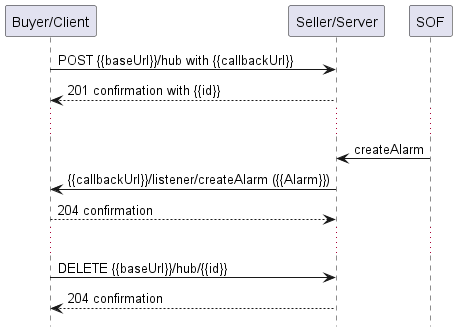
This is documentation/serviceApi/alarm/media/useCase53Notification.png from MEF-GIT/MEF-LSO-Legato-SDK, a PlantUML export, as it was before one commit.
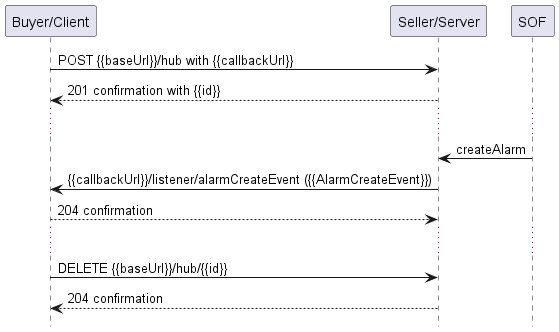
The same diagram one commit later.

The edit, as a diff of the source:
```diff
@@ -11,7 +11,7 @@
 S --> A: 201 confirmation with {{id}}
 ...
 SOF -> S : createAlarm
-S -> A: {{callbackUrl}}/listener/createAlarm ({{Alarm}})
+S -> A: {{callbackUrl}}/listener/alarmCreateEvent ({{AlarmCreateEvent}})
 A --> S : 204 confirmation
 ...
 
```
